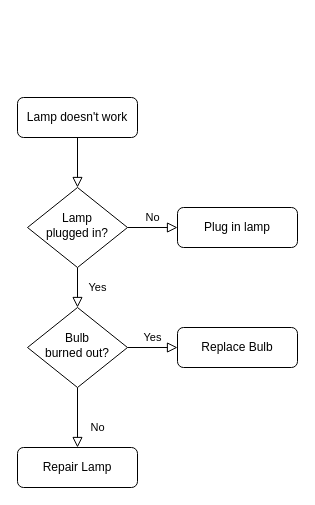
Above: Agenda07DSI.drawio in ersafra/EadetecDS2023 (draw.io), before the change. Source tidied: cells renumbered, new cells numbered last; positions are measured from the earlier drawing's top-left corner, leaving out a move shared by most shapes. Both pictures are drawn from the tidied source at 100%, with x=0, y=0 at pixel (17, 97).
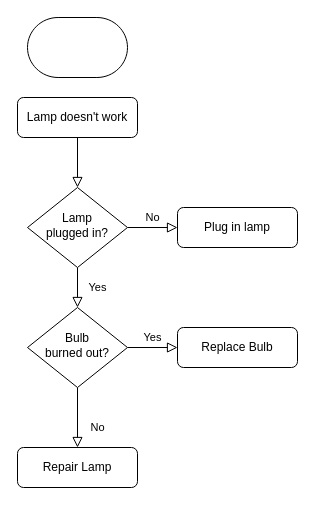
The same page after the edit.

Diff of the diagram source:
```diff
@@
 <mxGraphModel>
   <root>
     <mxCell id="0" />
     <mxCell id="1" parent="0" />
     <mxCell id="2" style="rounded=0;html=1;jettySize=auto;fontSize=11;endArrow=block;endFill=0;endSize=8;strokeWidth=1;shadow=0;labelBackgroundColor=none;edgeStyle=orthogonalEdgeStyle;" parent="1" edge="1" source="3" target="6">
       <mxGeometry relative="1" as="geometry" />
     </mxCell>
     <mxCell id="3" value="Lamp doesn't work" style="rounded=1;whiteSpace=wrap;html=1;fontSize=12;glass=0;strokeWidth=1;shadow=0;" parent="1" vertex="1">
       <mxGeometry width="120" height="40" as="geometry" />
     </mxCell>
     <mxCell id="4" value="Yes" style="rounded=0;html=1;jettySize=auto;fontSize=11;endArrow=block;endFill=0;endSize=8;strokeWidth=1;shadow=0;labelBackgroundColor=none;edgeStyle=orthogonalEdgeStyle;" parent="1" edge="1" source="6" target="10">
       <mxGeometry y="20" relative="1" as="geometry" />
     </mxCell>
     <mxCell id="5" value="No" style="edgeStyle=orthogonalEdgeStyle;rounded=0;html=1;jettySize=auto;fontSize=11;endArrow=block;endFill=0;endSize=8;strokeWidth=1;shadow=0;labelBackgroundColor=none;" parent="1" edge="1" source="6" target="7">
       <mxGeometry y="10" relative="1" as="geometry" />
     </mxCell>
     <mxCell id="6" value="Lamp&lt;br&gt;plugged in?" style="rhombus;whiteSpace=wrap;html=1;shadow=0;fontFamily=Helvetica;fontSize=12;align=center;strokeWidth=1;spacing=6;spacingTop=-4;" parent="1" vertex="1">
       <mxGeometry x="10" y="90" width="100" height="80" as="geometry" />
     </mxCell>
     <mxCell id="7" value="Plug in lamp" style="rounded=1;whiteSpace=wrap;html=1;fontSize=12;glass=0;strokeWidth=1;shadow=0;" parent="1" vertex="1">
       <mxGeometry x="160" y="110" width="120" height="40" as="geometry" />
     </mxCell>
     <mxCell id="8" value="No" style="rounded=0;html=1;jettySize=auto;fontSize=11;endArrow=block;endFill=0;endSize=8;strokeWidth=1;shadow=0;labelBackgroundColor=none;edgeStyle=orthogonalEdgeStyle;" parent="1" edge="1" source="10" target="11">
       <mxGeometry x="0.33" y="20" relative="1" as="geometry" />
     </mxCell>
     <mxCell id="9" value="Yes" style="edgeStyle=orthogonalEdgeStyle;rounded=0;html=1;jettySize=auto;fontSize=11;endArrow=block;endFill=0;endSize=8;strokeWidth=1;shadow=0;labelBackgroundColor=none;" parent="1" edge="1" source="10" target="12">
       <mxGeometry y="10" relative="1" as="geometry" />
     </mxCell>
     <mxCell id="10" value="Bulb&lt;br&gt;burned out?" style="rhombus;whiteSpace=wrap;html=1;shadow=0;fontFamily=Helvetica;fontSize=12;align=center;strokeWidth=1;spacing=6;spacingTop=-4;" parent="1" vertex="1">
       <mxGeometry x="10" y="210" width="100" height="80" as="geometry" />
     </mxCell>
     <mxCell id="11" value="Repair Lamp" style="rounded=1;whiteSpace=wrap;html=1;fontSize=12;glass=0;strokeWidth=1;shadow=0;" parent="1" vertex="1">
       <mxGeometry y="350" width="120" height="40" as="geometry" />
     </mxCell>
     <mxCell id="12" value="Replace Bulb" style="rounded=1;whiteSpace=wrap;html=1;fontSize=12;glass=0;strokeWidth=1;shadow=0;" parent="1" vertex="1">
       <mxGeometry x="160" y="230" width="120" height="40" as="geometry" />
     </mxCell>
+    <mxCell id="13" style="strokeWidth=1;html=1;shape=mxgraph.flowchart.terminator;whiteSpace=wrap;rounded=1;glass=0;shadow=0;" parent="1" vertex="1">
+      <mxGeometry x="10" y="-80" width="100" height="60" as="geometry" />
+    </mxCell>
   </root>
 </mxGraphModel>
```
